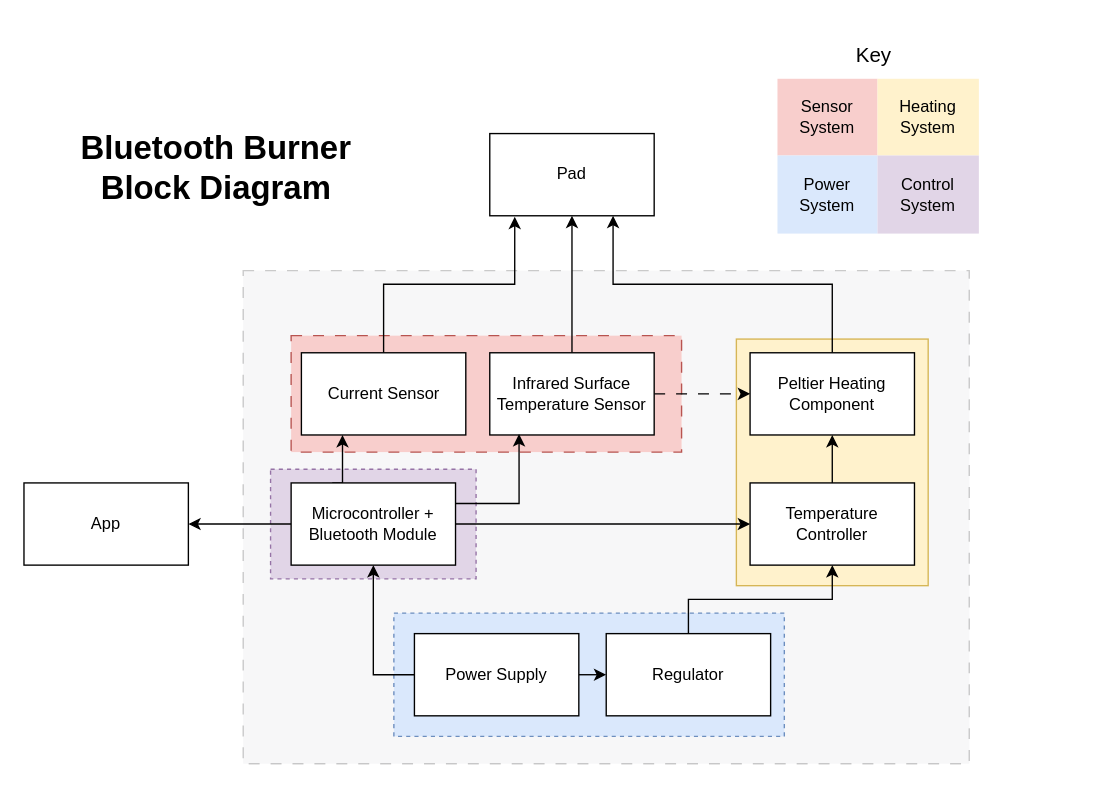
This is Proposal Diagram.drawio from fadnis-shaunak28/ECE-445-Notebooks, a draw.io file, before an edit. Source tidied: cells renumbered, new cells numbered last; positions are measured from the earlier drawing's top-left corner, leaving out a move shared by most shapes. Both pictures are drawn from the tidied source at 137%, with x=0, y=0 at pixel (23, 23).
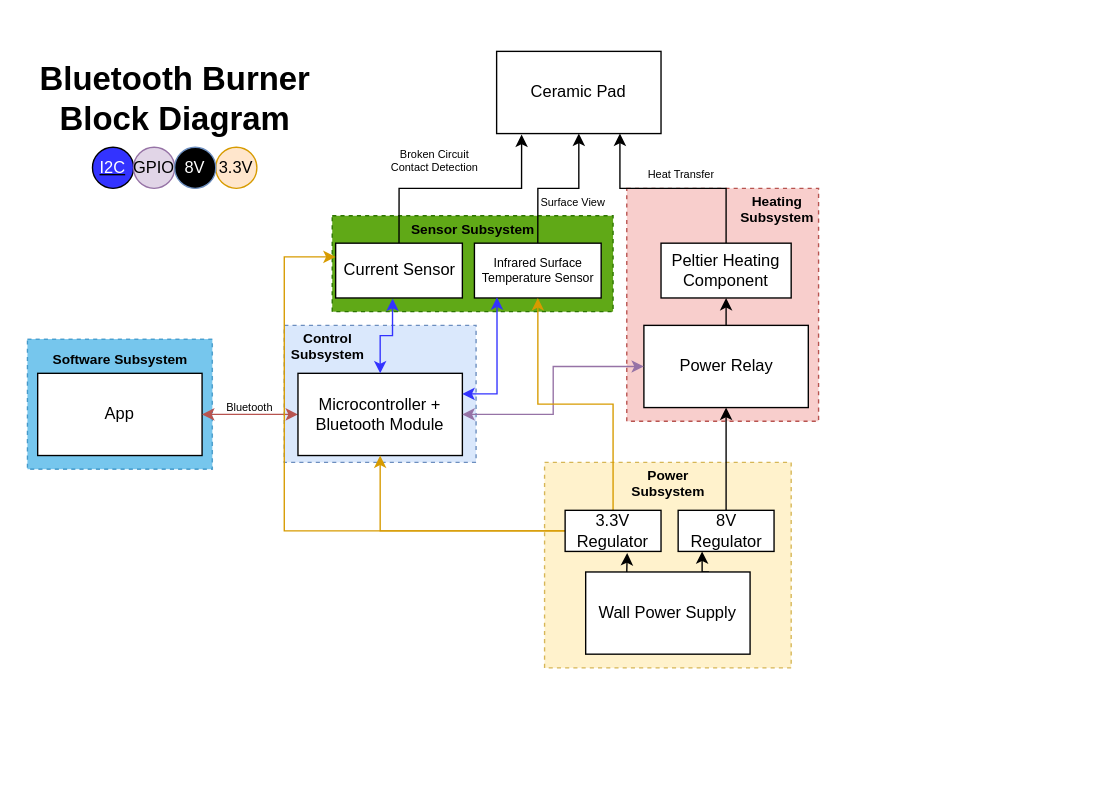
Above is the later version.

Change to the diagram source:
```diff
@@
-    <mxCell id="2" style="rounded=0;whiteSpace=wrap;html=1;dashed=1;dashPattern=8 8;shadow=0;fillColor=#D8D8DB;opacity=20;" parent="1" vertex="1">
-      <mxGeometry x="160" y="180" width="530" height="360" as="geometry" />
-    </mxCell>
-    <mxCell id="3" style="rounded=0;whiteSpace=wrap;html=1;fillColor=#e1d5e7;strokeColor=#9673a6;dashed=1;" parent="1" vertex="1">
-      <mxGeometry x="180" y="325" width="150" height="80" as="geometry" />
-    </mxCell>
-    <mxCell id="4" style="rounded=0;whiteSpace=wrap;html=1;fillColor=#fff2cc;strokeColor=#d6b656;" parent="1" vertex="1">
-      <mxGeometry x="520" y="230" width="140" height="180" as="geometry" />
-    </mxCell>
-    <mxCell id="5" style="rounded=0;whiteSpace=wrap;html=1;fillColor=#f8cecc;strokeColor=#b85450;dashed=1;dashPattern=8 8;" parent="1" vertex="1">
-      <mxGeometry x="195" y="227.5" width="285" height="85" as="geometry" />
-    </mxCell>
+    <mxCell id="44" style="rounded=0;whiteSpace=wrap;html=1;fillColor=#1ba1e2;fontColor=#ffffff;strokeColor=#006EAF;opacity=60;dashed=1;" parent="1" vertex="1">
+      <mxGeometry x="2.5" y="230" width="135" height="95" as="geometry" />
+    </mxCell>
+    <mxCell id="45" style="rounded=0;whiteSpace=wrap;html=1;fillColor=#60a917;strokeColor=#2D7600;fontColor=#ffffff;dashed=1;" parent="1" vertex="1">
+      <mxGeometry x="225" y="140" width="205" height="70" as="geometry" />
+    </mxCell>
+    <mxCell id="46" style="rounded=0;whiteSpace=wrap;html=1;fillColor=#dae8fc;strokeColor=#6c8ebf;dashed=1;" parent="1" vertex="1">
+      <mxGeometry x="190" y="220" width="140" height="100" as="geometry" />
+    </mxCell>
+    <mxCell id="47" style="rounded=0;whiteSpace=wrap;html=1;fillColor=#f8cecc;strokeColor=#b85450;dashed=1;" parent="1" vertex="1">
+      <mxGeometry x="440" y="120" width="140" height="170" as="geometry" />
+    </mxCell>
+    <mxCell id="48" style="rounded=0;whiteSpace=wrap;html=1;fillColor=#fff2cc;strokeColor=#d6b656;dashed=1;" parent="1" vertex="1">
+      <mxGeometry x="380" y="320" width="180" height="150" as="geometry" />
+    </mxCell>
-    <mxCell id="6" value="Pad" style="rounded=0;whiteSpace=wrap;html=1;" parent="1" vertex="1">
-      <mxGeometry x="340" y="80" width="120" height="60" as="geometry" />
+    <mxCell id="6" value="Ceramic Pad" style="rounded=0;whiteSpace=wrap;html=1;" parent="1" vertex="1">
+      <mxGeometry x="345" y="20" width="120" height="60" as="geometry" />
     </mxCell>
     <mxCell id="7" value="App" style="rounded=0;whiteSpace=wrap;html=1;" parent="1" vertex="1">
-      <mxGeometry y="335" width="120" height="60" as="geometry" />
+      <mxGeometry x="10" y="255" width="120" height="60" as="geometry" />
     </mxCell>
@@
-    <mxCell id="11" style="edgeStyle=orthogonalEdgeStyle;rounded=0;jettySize=auto;html=1;exitX=0;exitY=0.5;exitDx=0;exitDy=0;entryX=1;entryY=0.5;entryDx=0;entryDy=0;" parent="1" edge="1" source="13" target="7">
+    <mxCell id="11" style="edgeStyle=orthogonalEdgeStyle;rounded=0;jettySize=auto;html=1;exitX=0;exitY=0.5;exitDx=0;exitDy=0;entryX=1;entryY=0.5;entryDx=0;entryDy=0;startArrow=classic;startFill=1;fillColor=#f8cecc;strokeColor=#b85450;" parent="1" edge="1" source="13" target="7">
       <mxGeometry relative="1" as="geometry" />
     </mxCell>
-    <mxCell id="12" style="edgeStyle=orthogonalEdgeStyle;rounded=0;jettySize=auto;html=1;exitX=0.25;exitY=0;exitDx=0;exitDy=0;entryX=0.25;entryY=1;entryDx=0;entryDy=0;" parent="1" edge="1" source="13" target="17">
-      <mxGeometry relative="1" as="geometry" />
-    </mxCell>
     <mxCell id="13" value="Microcontroller + Bluetooth Module" style="rounded=0;whiteSpace=wrap;html=1;" parent="1" vertex="1">
-      <mxGeometry x="195" y="335" width="120" height="60" as="geometry" />
+      <mxGeometry x="200" y="255" width="120" height="60" as="geometry" />
     </mxCell>
     <mxCell id="14" value="Peltier Heating Component" style="rounded=0;whiteSpace=wrap;html=1;" parent="1" vertex="1">
-      <mxGeometry x="530" y="240" width="120" height="60" as="geometry" />
+      <mxGeometry x="465" y="160" width="95" height="40" as="geometry" />
     </mxCell>
-    <mxCell id="15" style="edgeStyle=orthogonalEdgeStyle;rounded=0;jettySize=auto;html=1;exitX=1;exitY=0.5;exitDx=0;exitDy=0;entryX=0;entryY=0.5;entryDx=0;entryDy=0;dashed=1;dashPattern=8 8;" parent="1" edge="1" source="16" target="14">
-      <mxGeometry relative="1" as="geometry" />
-    </mxCell>
-    <mxCell id="16" value="Infrared Surface Temperature Sensor" style="rounded=0;whiteSpace=wrap;html=1;" parent="1" vertex="1">
-      <mxGeometry x="340" y="240" width="120" height="60" as="geometry" />
+    <mxCell id="16" value="Infrared Surface Temperature Sensor" style="rounded=0;whiteSpace=wrap;html=1;fontSize=9;" parent="1" vertex="1">
+      <mxGeometry x="328.8" y="160" width="92.5" height="40" as="geometry" />
     </mxCell>
     <mxCell id="17" value="Current Sensor" style="rounded=0;whiteSpace=wrap;html=1;" parent="1" vertex="1">
-      <mxGeometry x="202.5" y="240" width="120" height="60" as="geometry" />
+      <mxGeometry x="227.5" y="160" width="92.5" height="40" as="geometry" />
     </mxCell>
-    <mxCell id="18" style="group;" parent="1" vertex="1">
-      <mxGeometry x="270" y="430" width="285" height="90" as="geometry" />
-    </mxCell>
-    <mxCell id="19" style="rounded=0;whiteSpace=wrap;html=1;glass=0;dashed=1;fillColor=#dae8fc;strokeColor=#6c8ebf;" parent="18" vertex="1">
-      <mxGeometry width="285" height="90" as="geometry" />
-    </mxCell>
-    <mxCell id="20" style="edgeStyle=orthogonalEdgeStyle;rounded=0;jettySize=auto;html=1;exitX=1;exitY=0.5;exitDx=0;exitDy=0;entryX=0;entryY=0.5;entryDx=0;entryDy=0;" parent="18" edge="1" source="21" target="22">
-      <mxGeometry relative="1" as="geometry" />
-    </mxCell>
-    <mxCell id="21" value="Power Supply" style="rounded=0;whiteSpace=wrap;html=1;" parent="18" vertex="1">
-      <mxGeometry x="15" y="15" width="120" height="60" as="geometry" />
-    </mxCell>
-    <mxCell id="22" value="Regulator" style="rounded=0;whiteSpace=wrap;html=1;" parent="18" vertex="1">
-      <mxGeometry x="155" y="15" width="120" height="60" as="geometry" />
-    </mxCell>
-    <mxCell id="23" style="edgeStyle=orthogonalEdgeStyle;rounded=0;jettySize=auto;html=1;exitX=0;exitY=0.5;exitDx=0;exitDy=0;entryX=0.5;entryY=1;entryDx=0;entryDy=0;" parent="1" edge="1" source="21" target="13">
-      <mxGeometry relative="1" as="geometry" />
-    </mxCell>
-    <mxCell id="24" style="edgeStyle=orthogonalEdgeStyle;rounded=0;jettySize=auto;html=1;exitX=1;exitY=0.25;exitDx=0;exitDy=0;entryX=0.178;entryY=0.989;entryDx=0;entryDy=0;entryPerimeter=0;" parent="1" edge="1" source="13" target="16">
+    <mxCell id="24" style="edgeStyle=orthogonalEdgeStyle;rounded=0;jettySize=auto;html=1;exitX=1;exitY=0.25;exitDx=0;exitDy=0;entryX=0.178;entryY=0.989;entryDx=0;entryDy=0;entryPerimeter=0;strokeColor=#3333FF;startArrow=classic;startFill=1;" parent="1" edge="1" source="13" target="16">
       <mxGeometry relative="1" as="geometry" />
     </mxCell>
@@
-    <mxCell id="26" value="Temperature Controller" style="rounded=0;whiteSpace=wrap;html=1;" parent="1" vertex="1">
-      <mxGeometry x="530" y="335" width="120" height="60" as="geometry" />
+    <mxCell id="26" value="Power Relay" style="rounded=0;whiteSpace=wrap;html=1;" parent="1" vertex="1">
+      <mxGeometry x="452.5" y="220" width="120" height="60" as="geometry" />
     </mxCell>
-    <mxCell id="27" style="edgeStyle=orthogonalEdgeStyle;rounded=0;jettySize=auto;html=1;entryX=0;entryY=0.5;entryDx=0;entryDy=0;" parent="1" edge="1" source="13" target="26">
+    <mxCell id="27" style="edgeStyle=orthogonalEdgeStyle;rounded=0;jettySize=auto;html=1;entryX=0;entryY=0.5;entryDx=0;entryDy=0;fillColor=#e1d5e7;strokeColor=#9673a6;startArrow=classic;startFill=1;" parent="1" edge="1" source="13" target="26">
       <mxGeometry relative="1" as="geometry" />
     </mxCell>
-    <mxCell id="28" style="edgeStyle=orthogonalEdgeStyle;rounded=0;jettySize=auto;html=1;exitX=0.5;exitY=0;exitDx=0;exitDy=0;entryX=0.5;entryY=1;entryDx=0;entryDy=0;" parent="1" edge="1" source="22" target="26">
-      <mxGeometry relative="1" as="geometry" />
-    </mxCell>
+    <mxCell id="49" style="edgeStyle=orthogonalEdgeStyle;rounded=0;jettySize=auto;html=1;exitX=0.75;exitY=0;exitDx=0;exitDy=0;entryX=0.25;entryY=1;entryDx=0;entryDy=0;" parent="1" edge="1" source="21" target="54">
+      <mxGeometry relative="1" as="geometry" />
+    </mxCell>
+    <mxCell id="21" value="Wall Power Supply" style="rounded=0;whiteSpace=wrap;html=1;" parent="1" vertex="1">
+      <mxGeometry x="410" y="400" width="120" height="60" as="geometry" />
+    </mxCell>
+    <mxCell id="50" style="edgeStyle=orthogonalEdgeStyle;rounded=0;jettySize=auto;html=1;exitX=0;exitY=0.5;exitDx=0;exitDy=0;entryX=0.5;entryY=1;entryDx=0;entryDy=0;fillColor=#ffe6cc;strokeColor=#d79b00;" parent="1" edge="1" source="22" target="13">
+      <mxGeometry relative="1" as="geometry" />
+    </mxCell>
+    <mxCell id="51" style="edgeStyle=orthogonalEdgeStyle;rounded=0;jettySize=auto;html=1;exitX=0.5;exitY=0;exitDx=0;exitDy=0;fillColor=#ffe6cc;strokeColor=#d79b00;" parent="1" edge="1" source="22" target="16">
+      <mxGeometry relative="1" as="geometry" />
+    </mxCell>
+    <mxCell id="52" style="edgeStyle=orthogonalEdgeStyle;rounded=0;jettySize=auto;html=1;exitX=0;exitY=0.5;exitDx=0;exitDy=0;entryX=0;entryY=0.25;entryDx=0;entryDy=0;fillColor=#ffe6cc;strokeColor=#d79b00;" parent="1" edge="1" source="22" target="17">
+      <mxGeometry relative="1" as="geometry">
+        <Array as="points">
+          <mxPoint x="190" y="370" />
+          <mxPoint x="190" y="170" />
+        </Array>
+      </mxGeometry>
+    </mxCell>
+    <mxCell id="22" value="3.3V Regulator" style="rounded=0;whiteSpace=wrap;html=1;" parent="1" vertex="1">
+      <mxGeometry x="395" y="355" width="70" height="30" as="geometry" />
+    </mxCell>
+    <mxCell id="53" style="edgeStyle=orthogonalEdgeStyle;rounded=0;jettySize=auto;html=1;exitX=0.5;exitY=0;exitDx=0;exitDy=0;entryX=0.5;entryY=1;entryDx=0;entryDy=0;" parent="1" edge="1" source="54" target="26">
+      <mxGeometry relative="1" as="geometry" />
+    </mxCell>
+    <mxCell id="54" value="8V&lt;br&gt;Regulator" style="rounded=0;whiteSpace=wrap;html=1;" parent="1" vertex="1">
+      <mxGeometry x="477.5" y="355" width="70" height="30" as="geometry" />
+    </mxCell>
+    <mxCell id="12" style="edgeStyle=orthogonalEdgeStyle;rounded=0;jettySize=auto;html=1;exitX=0.5;exitY=0;exitDx=0;exitDy=0;entryX=0.449;entryY=1.012;entryDx=0;entryDy=0;entryPerimeter=0;startArrow=classic;startFill=1;strokeColor=#3333FF;" parent="1" edge="1" source="13" target="17">
+      <mxGeometry relative="1" as="geometry" />
+    </mxCell>
+    <mxCell id="55" value="Heat Transfer" style="text;html=1;strokeColor=none;fillColor=none;align=center;verticalAlign=middle;whiteSpace=wrap;overflow=hidden;fontSize=8;" parent="1" vertex="1">
+      <mxGeometry x="440" y="100" width="80" height="20" as="geometry" />
+    </mxCell>
+    <mxCell id="56" value="Broken Circuit Contact Detection" style="text;html=1;strokeColor=none;fillColor=none;align=center;verticalAlign=middle;whiteSpace=wrap;overflow=hidden;fontSize=8;" parent="1" vertex="1">
+      <mxGeometry x="265" y="80" width="70" height="40" as="geometry" />
+    </mxCell>
+    <mxCell id="57" value="Surface View" style="text;html=1;strokeColor=none;fillColor=none;align=center;verticalAlign=middle;whiteSpace=wrap;overflow=hidden;fontSize=8;" parent="1" vertex="1">
+      <mxGeometry x="360.6" y="120" width="80" height="20" as="geometry" />
+    </mxCell>
+    <mxCell id="58" value="Bluetooth" style="text;html=1;strokeColor=none;fillColor=none;align=center;verticalAlign=middle;whiteSpace=wrap;overflow=hidden;fontSize=8;" parent="1" vertex="1">
+      <mxGeometry x="125" y="270" width="80" height="20" as="geometry" />
+    </mxCell>
+    <mxCell id="59" style="group;" parent="1" vertex="1">
+      <mxGeometry x="50" y="40" width="120" height="80" as="geometry" />
+    </mxCell>
+    <mxCell id="60" style="group;" parent="59" vertex="1">
+      <mxGeometry width="120" height="80" as="geometry" />
+    </mxCell>
-    <mxCell id="29" value="Bluetooth Burner&lt;br&gt;Block Diagram" style="text;strokeColor=none;fillColor=none;html=1;fontSize=24;fontStyle=1;verticalAlign=middle;align=center;" parent="1" vertex="1">
-      <mxGeometry x="110" y="90" width="60" height="30" as="geometry" />
+    <mxCell id="29" value="Bluetooth Burner&lt;br&gt;Block Diagram" style="text;strokeColor=none;fillColor=none;html=1;fontSize=24;fontStyle=1;verticalAlign=middle;align=center;" parent="60" vertex="1">
+      <mxGeometry x="30" width="60" height="30" as="geometry" />
     </mxCell>
-    <mxCell id="30" value="&lt;span style=&quot;font-weight: normal;&quot;&gt;&lt;font style=&quot;font-size: 15px;&quot;&gt;Key&lt;/font&gt;&lt;/span&gt;" style="text;strokeColor=none;fillColor=none;html=1;fontSize=24;fontStyle=1;verticalAlign=middle;align=center;" parent="1" vertex="1">
-      <mxGeometry x="570" width="100" height="40" as="geometry" />
-    </mxCell>
-    <mxCell id="31" style="shape=table;html=1;whiteSpace=wrap;startSize=0;childLayout=tableLayout;columnLines=0;rowLines=0;fontSize=16;strokeColor=none;fillColor=none;" parent="1" vertex="1">
-      <mxGeometry x="550" y="10" width="220" height="143" as="geometry" />
-    </mxCell>
-    <mxCell id="32" style="shape=tableRow;horizontal=0;startSize=0;swimlaneHead=0;swimlaneBody=0;top=0;left=0;bottom=0;right=0;fillColor=none;fontSize=16;strokeColor=inherit;" parent="31" vertex="1">
-      <mxGeometry width="220" height="30" as="geometry" />
-    </mxCell>
-    <mxCell id="33" style="shape=partialRectangle;html=1;whiteSpace=wrap;fillColor=none;top=0;left=0;bottom=0;right=0;overflow=hidden;fontSize=12;strokeColor=inherit;" parent="32" vertex="1">
-      <mxGeometry width="73" height="30" as="geometry" />
-    </mxCell>
-    <mxCell id="34" style="shape=partialRectangle;html=1;whiteSpace=wrap;fillColor=none;top=0;left=0;bottom=0;right=0;overflow=hidden;fontSize=12;strokeColor=inherit;" parent="32" vertex="1">
-      <mxGeometry x="73" width="74" height="30" as="geometry" />
-    </mxCell>
-    <mxCell id="35" style="shape=partialRectangle;html=1;whiteSpace=wrap;fillColor=none;top=0;left=0;bottom=0;right=0;overflow=hidden;fontSize=12;strokeColor=inherit;" parent="32" vertex="1">
-      <mxGeometry x="147" width="73" height="30" as="geometry" />
-    </mxCell>
-    <mxCell id="36" style="shape=tableRow;horizontal=0;startSize=0;swimlaneHead=0;swimlaneBody=0;top=0;left=0;bottom=0;right=0;fillColor=none;fontSize=16;strokeColor=inherit;" parent="31" vertex="1">
-      <mxGeometry y="30" width="220" height="56" as="geometry" />
-    </mxCell>
-    <mxCell id="37" value="Sensor System" style="shape=partialRectangle;html=1;whiteSpace=wrap;fillColor=#f8cecc;top=0;left=0;bottom=0;right=0;overflow=hidden;fontSize=12;strokeColor=#b85450;" parent="36" vertex="1">
-      <mxGeometry width="73" height="56" as="geometry" />
-    </mxCell>
-    <mxCell id="38" value="Heating System" style="shape=partialRectangle;html=1;whiteSpace=wrap;fillColor=#fff2cc;top=0;left=0;bottom=0;right=0;overflow=hidden;fontSize=12;strokeColor=#d6b656;" parent="36" vertex="1">
-      <mxGeometry x="73" width="74" height="56" as="geometry" />
-    </mxCell>
-    <mxCell id="39" style="shape=partialRectangle;html=1;whiteSpace=wrap;fillColor=none;top=0;left=0;bottom=0;right=0;overflow=hidden;fontSize=12;strokeColor=inherit;" parent="36" vertex="1">
-      <mxGeometry x="147" width="73" height="56" as="geometry" />
-    </mxCell>
-    <mxCell id="40" style="shape=tableRow;horizontal=0;startSize=0;swimlaneHead=0;swimlaneBody=0;top=0;left=0;bottom=0;right=0;fillColor=none;fontSize=16;strokeColor=inherit;" parent="31" vertex="1">
-      <mxGeometry y="86" width="220" height="57" as="geometry" />
-    </mxCell>
-    <mxCell id="41" value="Power System" style="shape=partialRectangle;html=1;whiteSpace=wrap;fillColor=#dae8fc;top=0;left=0;bottom=0;right=0;overflow=hidden;fontSize=12;strokeColor=#6c8ebf;" parent="40" vertex="1">
-      <mxGeometry width="73" height="57" as="geometry" />
-    </mxCell>
-    <mxCell id="42" value="Control System" style="shape=partialRectangle;html=1;whiteSpace=wrap;fillColor=#e1d5e7;top=0;left=0;bottom=0;right=0;overflow=hidden;fontSize=12;strokeColor=#9673a6;" parent="40" vertex="1">
-      <mxGeometry x="73" width="74" height="57" as="geometry" />
-    </mxCell>
-    <mxCell id="43" style="shape=partialRectangle;html=1;whiteSpace=wrap;fillColor=none;top=0;left=0;bottom=0;right=0;overflow=hidden;fontSize=12;strokeColor=inherit;" parent="40" vertex="1">
-      <mxGeometry x="147" width="73" height="57" as="geometry" />
-    </mxCell>
+    <mxCell id="61" style="group;" parent="60" vertex="1">
+      <mxGeometry y="50" width="120" height="30" as="geometry" />
+    </mxCell>
+    <mxCell id="62" value="&lt;font color=&quot;#ffffff&quot;&gt;I2C&lt;/font&gt;" style="ellipse;whiteSpace=wrap;html=1;align=center;fontStyle=4;fillColor=#3333FF;" parent="61" vertex="1">
+      <mxGeometry width="30" height="30" as="geometry" />
+    </mxCell>
+    <mxCell id="63" value="3.3V" style="ellipse;whiteSpace=wrap;html=1;align=center;fontStyle=0;fillColor=#ffe6cc;strokeColor=#d79b00;" parent="61" vertex="1">
+      <mxGeometry x="90" width="30" height="30" as="geometry" />
+    </mxCell>
+    <mxCell id="64" value="GPIO" style="ellipse;whiteSpace=wrap;html=1;align=center;fontStyle=0;fillColor=#e1d5e7;strokeColor=#9673a6;" parent="61" vertex="1">
+      <mxGeometry x="30" width="30" height="30" as="geometry" />
+    </mxCell>
+    <mxCell id="65" value="&lt;font color=&quot;#ffffff&quot;&gt;8V&lt;/font&gt;" style="ellipse;whiteSpace=wrap;html=1;align=center;fontStyle=0;fillColor=#000000;strokeColor=#6c8ebf;" parent="61" vertex="1">
+      <mxGeometry x="60" width="30" height="30" as="geometry" />
+    </mxCell>
+    <mxCell id="20" style="edgeStyle=orthogonalEdgeStyle;rounded=0;jettySize=auto;html=1;exitX=0.25;exitY=0;exitDx=0;exitDy=0;entryX=0.647;entryY=1.041;entryDx=0;entryDy=0;entryPerimeter=0;" parent="1" edge="1" source="21" target="22">
+      <mxGeometry relative="1" as="geometry" />
+    </mxCell>
+    <mxCell id="66" value="Heating Subsystem" style="text;html=1;strokeColor=none;fillColor=none;align=center;verticalAlign=middle;whiteSpace=wrap;overflow=hidden;fontSize=10;fontStyle=1;" parent="1" vertex="1">
+      <mxGeometry x="520" y="120" width="60" height="30" as="geometry" />
+    </mxCell>
+    <mxCell id="67" value="Power Subsystem" style="text;html=1;strokeColor=none;fillColor=none;align=center;verticalAlign=middle;whiteSpace=wrap;overflow=hidden;fontSize=10;fontStyle=1;" parent="1" vertex="1">
+      <mxGeometry x="440.6" y="320" width="58.8" height="30" as="geometry" />
+    </mxCell>
+    <mxCell id="68" value="Control Subsystem" style="text;html=1;strokeColor=none;fillColor=none;align=center;verticalAlign=middle;whiteSpace=wrap;overflow=hidden;fontSize=10;fontStyle=1;" parent="1" vertex="1">
+      <mxGeometry x="190" y="220" width="63.8" height="30" as="geometry" />
+    </mxCell>
+    <mxCell id="69" value="Sensor Subsystem" style="text;html=1;strokeColor=none;fillColor=none;align=center;verticalAlign=middle;whiteSpace=wrap;overflow=hidden;fontSize=10;fontStyle=1;" parent="1" vertex="1">
+      <mxGeometry x="278.8" y="140" width="97.5" height="20" as="geometry" />
+    </mxCell>
+    <mxCell id="70" value="Software Subsystem" style="text;html=1;strokeColor=none;fillColor=none;align=center;verticalAlign=middle;whiteSpace=wrap;overflow=hidden;fontSize=10;fontStyle=1;" parent="1" vertex="1">
+      <mxGeometry x="15.6" y="235" width="108.8" height="20" as="geometry" />
+    </mxCell>
```
